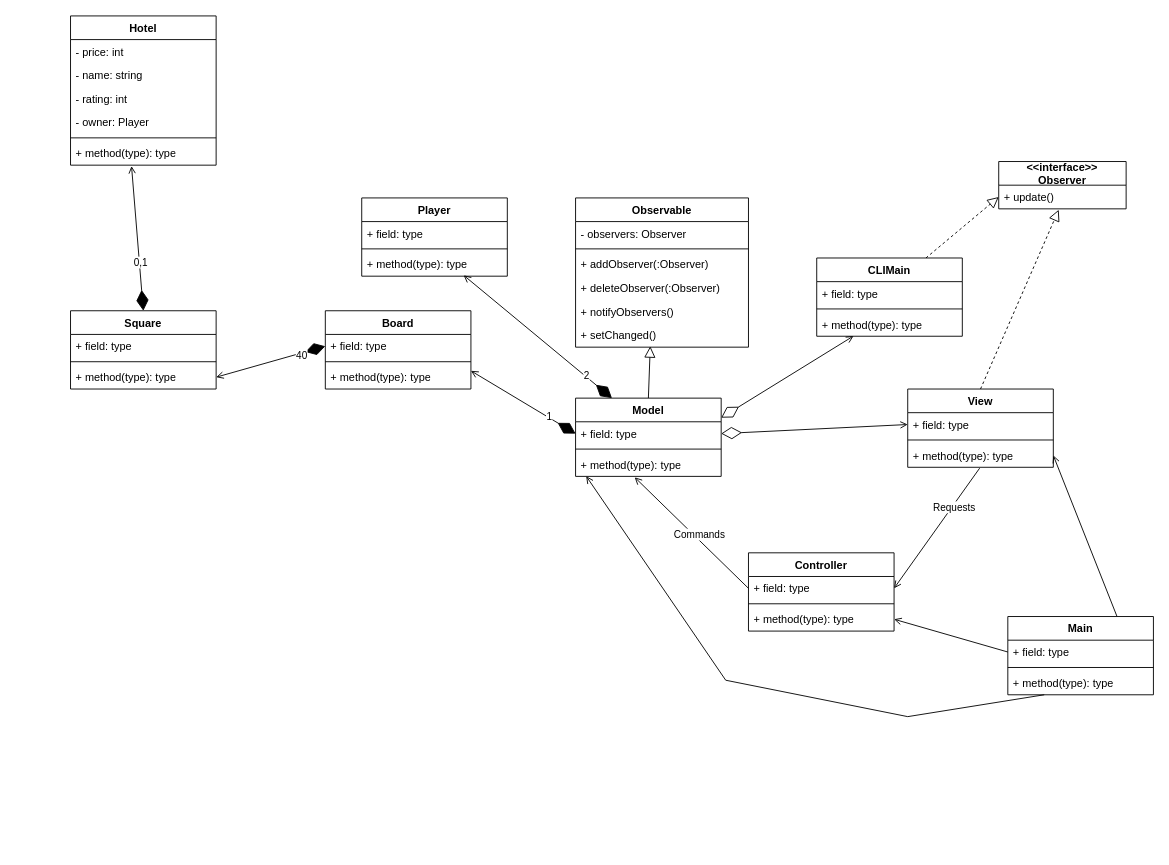
Earlier version of the draw.io diagram class_diagram2.drawio (fruffers/monopoly_java_VMC). Source tidied: cells renumbered, new cells numbered last; positions are measured from the earlier drawing's top-left corner, leaving out a move shared by most shapes. Both pictures are drawn from the tidied source at 91%, with x=0, y=0 at pixel (70, 15).
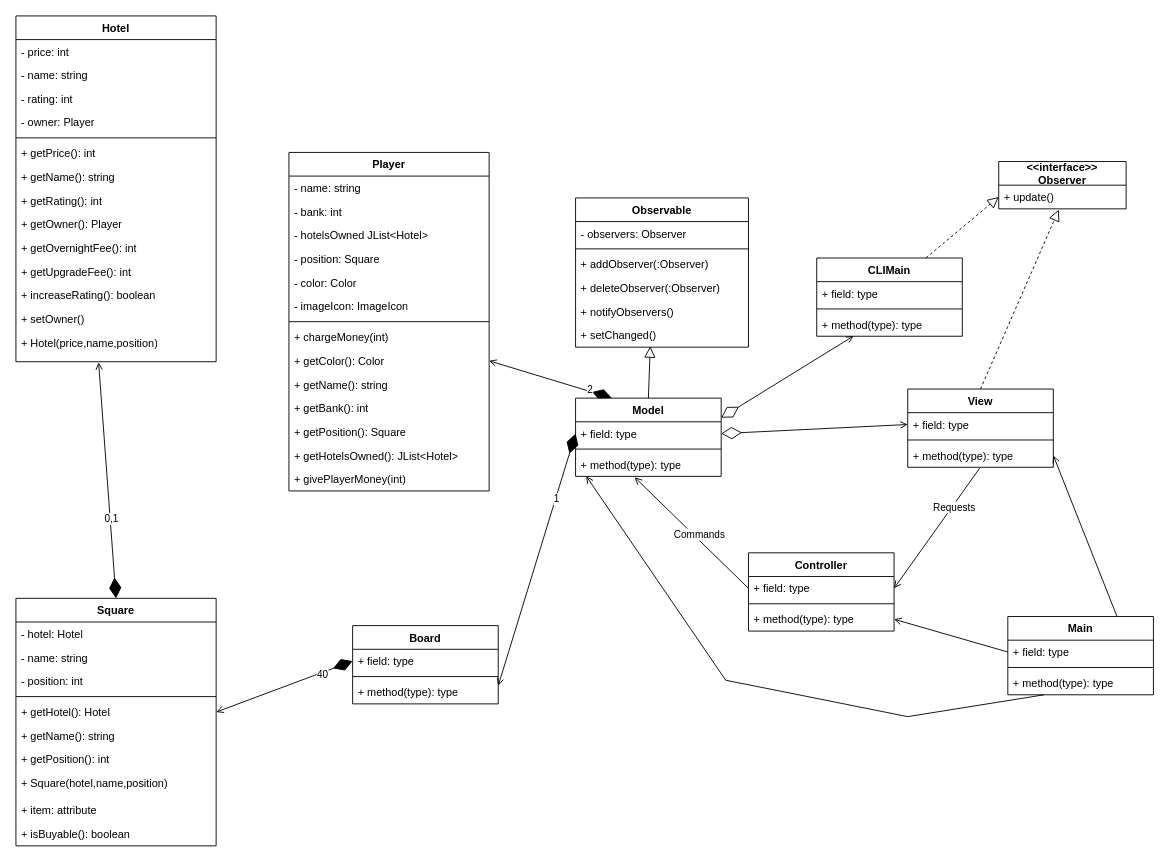
After the change.

The change refers to these unchanged cells:
```xml
<mxCell id="6" value="Model" style="swimlane;fontStyle=1;align=center;verticalAlign=top;horizontal=1;startSize=26;whiteSpace=wrap;html=1;" parent="1" vertex="1">
  <mxGeometry x="555" y="420" width="160" height="86" as="geometry" />
</mxCell>
```

Change to the diagram source:
```diff
@@
-    <mxCell id="3" style="rounded=0;jettySize=auto;html=1;exitX=0.25;exitY=0;exitDx=0;exitDy=0;entryX=0.7;entryY=0.962;entryDx=0;entryDy=0;entryPerimeter=0;startArrow=diamondThin;startFill=1;startSize=20;endArrow=open;endFill=0;" parent="1" edge="1" source="6" target="55">
+    <mxCell id="3" style="rounded=0;jettySize=auto;html=1;exitX=0.25;exitY=0;exitDx=0;exitDy=0;entryX=1;entryY=0.5;entryDx=0;entryDy=0;startArrow=diamondThin;startFill=1;startSize=20;endArrow=open;endFill=0;" parent="1" edge="1" source="6" target="55">
       <mxGeometry relative="1" as="geometry" />
     </mxCell>
@@
     <mxCell id="33" value="Board" style="swimlane;fontStyle=1;align=center;verticalAlign=top;horizontal=1;startSize=26;whiteSpace=wrap;html=1;" parent="1" vertex="1">
-      <mxGeometry x="280" y="324" width="160" height="86" as="geometry" />
+      <mxGeometry x="310" y="670" width="160" height="86" as="geometry" />
     </mxCell>
@@
     <mxCell id="37" value="Hotel" style="swimlane;fontStyle=1;align=center;verticalAlign=top;horizontal=1;startSize=26;whiteSpace=wrap;html=1;" parent="1" vertex="1">
-      <mxGeometry width="160" height="164" as="geometry" />
+      <mxGeometry x="-60" width="220" height="380" as="geometry" />
     </mxCell>
     <mxCell id="38" value="- price: int" style="text;strokeColor=none;fillColor=none;align=left;verticalAlign=top;spacingLeft=4;spacingRight=4;overflow=hidden;whiteSpace=wrap;html=1;" parent="37" vertex="1">
-      <mxGeometry y="26" width="160" height="26" as="geometry" />
+      <mxGeometry y="26" width="220" height="26" as="geometry" />
     </mxCell>
     <mxCell id="39" value="- name: string" style="text;strokeColor=none;fillColor=none;align=left;verticalAlign=top;spacingLeft=4;spacingRight=4;overflow=hidden;whiteSpace=wrap;html=1;" parent="37" vertex="1">
-      <mxGeometry y="52" width="160" height="26" as="geometry" />
+      <mxGeometry y="52" width="220" height="26" as="geometry" />
     </mxCell>
     <mxCell id="40" value="- rating: int" style="text;strokeColor=none;fillColor=none;align=left;verticalAlign=top;spacingLeft=4;spacingRight=4;overflow=hidden;whiteSpace=wrap;html=1;" parent="37" vertex="1">
-      <mxGeometry y="78" width="160" height="26" as="geometry" />
+      <mxGeometry y="78" width="220" height="26" as="geometry" />
     </mxCell>
     <mxCell id="41" value="- owner: Player" style="text;strokeColor=none;fillColor=none;align=left;verticalAlign=top;spacingLeft=4;spacingRight=4;overflow=hidden;whiteSpace=wrap;html=1;" parent="37" vertex="1">
-      <mxGeometry y="104" width="160" height="26" as="geometry" />
+      <mxGeometry y="104" width="220" height="26" as="geometry" />
     </mxCell>
     <mxCell id="42" style="line;strokeWidth=1;fillColor=none;align=left;verticalAlign=middle;spacingTop=-1;spacingLeft=3;spacingRight=3;labelPosition=right;strokeColor=inherit;" parent="37" vertex="1">
-      <mxGeometry y="130" width="160" height="8" as="geometry" />
+      <mxGeometry y="130" width="220" height="8" as="geometry" />
     </mxCell>
-    <mxCell id="43" value="+ method(type): type" style="text;strokeColor=none;fillColor=none;align=left;verticalAlign=top;spacingLeft=4;spacingRight=4;overflow=hidden;points=[[0,0.5],[1,0.5]];portConstraint=eastwest;whiteSpace=wrap;html=1;" parent="37" vertex="1">
-      <mxGeometry y="138" width="160" height="26" as="geometry" />
+    <mxCell id="43" value="+ getPrice(): int" style="text;strokeColor=none;fillColor=none;align=left;verticalAlign=top;spacingLeft=4;spacingRight=4;overflow=hidden;points=[[0,0.5],[1,0.5]];portConstraint=eastwest;whiteSpace=wrap;html=1;" parent="37" vertex="1">
+      <mxGeometry y="138" width="220" height="26" as="geometry" />
     </mxCell>
+    <mxCell id="70" value="+ getName(): string" style="text;strokeColor=none;fillColor=none;align=left;verticalAlign=top;spacingLeft=4;spacingRight=4;overflow=hidden;whiteSpace=wrap;html=1;" parent="37" vertex="1">
+      <mxGeometry y="164" width="220" height="26" as="geometry" />
+    </mxCell>
+    <mxCell id="71" value="+ getRating(): int" style="text;strokeColor=none;fillColor=none;align=left;verticalAlign=top;spacingLeft=4;spacingRight=4;overflow=hidden;whiteSpace=wrap;html=1;" parent="37" vertex="1">
+      <mxGeometry y="190" width="220" height="26" as="geometry" />
+    </mxCell>
+    <mxCell id="72" value="+ getOwner(): Player" style="text;strokeColor=none;fillColor=none;align=left;verticalAlign=top;spacingLeft=4;spacingRight=4;overflow=hidden;whiteSpace=wrap;html=1;" parent="37" vertex="1">
+      <mxGeometry y="216" width="220" height="26" as="geometry" />
+    </mxCell>
+    <mxCell id="73" value="+ getOvernightFee(): int" style="text;strokeColor=none;fillColor=none;align=left;verticalAlign=top;spacingLeft=4;spacingRight=4;overflow=hidden;whiteSpace=wrap;html=1;" parent="37" vertex="1">
+      <mxGeometry y="242" width="220" height="26" as="geometry" />
+    </mxCell>
+    <mxCell id="74" value="+ getUpgradeFee(): int" style="text;strokeColor=none;fillColor=none;align=left;verticalAlign=top;spacingLeft=4;spacingRight=4;overflow=hidden;whiteSpace=wrap;html=1;" parent="37" vertex="1">
+      <mxGeometry y="268" width="220" height="26" as="geometry" />
+    </mxCell>
+    <mxCell id="75" value="+ increaseRating(): boolean" style="text;strokeColor=none;fillColor=none;align=left;verticalAlign=top;spacingLeft=4;spacingRight=4;overflow=hidden;whiteSpace=wrap;html=1;" parent="37" vertex="1">
+      <mxGeometry y="294" width="220" height="26" as="geometry" />
+    </mxCell>
+    <mxCell id="76" value="+ setOwner()" style="text;strokeColor=none;fillColor=none;align=left;verticalAlign=top;spacingLeft=4;spacingRight=4;overflow=hidden;whiteSpace=wrap;html=1;" parent="37" vertex="1">
+      <mxGeometry y="320" width="220" height="26" as="geometry" />
+    </mxCell>
+    <mxCell id="77" value="+ Hotel(price,name,position)" style="text;strokeColor=none;fillColor=none;align=left;verticalAlign=top;spacingLeft=4;spacingRight=4;overflow=hidden;points=[[0,0.5],[1,0.5]];portConstraint=eastwest;whiteSpace=wrap;html=1;" parent="37" vertex="1">
+      <mxGeometry y="346" width="220" height="34" as="geometry" />
+    </mxCell>
@@
-    <mxCell id="46" style="rounded=0;jettySize=auto;html=1;exitX=0.5;exitY=0;exitDx=0;exitDy=0;entryX=0.419;entryY=1.038;entryDx=0;entryDy=0;entryPerimeter=0;endArrow=open;endFill=0;startArrow=diamondThin;startFill=1;sourcePerimeterSpacing=0;startSize=20;" parent="1" edge="1" source="48" target="43">
+    <mxCell id="46" style="rounded=0;jettySize=auto;html=1;exitX=0.5;exitY=0;exitDx=0;exitDy=0;endArrow=open;endFill=0;startArrow=diamondThin;startFill=1;sourcePerimeterSpacing=0;startSize=20;entryX=0.413;entryY=1.02;entryDx=0;entryDy=0;entryPerimeter=0;" parent="1" edge="1" source="48" target="77">
       <mxGeometry relative="1" as="geometry" />
     </mxCell>
@@
     <mxCell id="48" value="Square" style="swimlane;fontStyle=1;align=center;verticalAlign=top;horizontal=1;startSize=26;whiteSpace=wrap;html=1;" parent="1" vertex="1">
-      <mxGeometry y="324" width="160" height="86" as="geometry" />
+      <mxGeometry x="-60" y="640" width="220" height="272" as="geometry" />
     </mxCell>
-    <mxCell id="49" value="+ field: type" style="text;strokeColor=none;fillColor=none;align=left;verticalAlign=top;spacingLeft=4;spacingRight=4;overflow=hidden;whiteSpace=wrap;html=1;" parent="48" vertex="1">
-      <mxGeometry y="26" width="160" height="26" as="geometry" />
+    <mxCell id="49" value="- hotel: Hotel" style="text;strokeColor=none;fillColor=none;align=left;verticalAlign=top;spacingLeft=4;spacingRight=4;overflow=hidden;whiteSpace=wrap;html=1;" parent="48" vertex="1">
+      <mxGeometry y="26" width="220" height="26" as="geometry" />
     </mxCell>
+    <mxCell id="78" value="- name: string" style="text;strokeColor=none;fillColor=none;align=left;verticalAlign=top;spacingLeft=4;spacingRight=4;overflow=hidden;whiteSpace=wrap;html=1;" parent="48" vertex="1">
+      <mxGeometry y="52" width="220" height="26" as="geometry" />
+    </mxCell>
+    <mxCell id="79" value="- position: int" style="text;strokeColor=none;fillColor=none;align=left;verticalAlign=top;spacingLeft=4;spacingRight=4;overflow=hidden;whiteSpace=wrap;html=1;" parent="48" vertex="1">
+      <mxGeometry y="78" width="220" height="26" as="geometry" />
+    </mxCell>
     <mxCell id="50" style="line;strokeWidth=1;fillColor=none;align=left;verticalAlign=middle;spacingTop=-1;spacingLeft=3;spacingRight=3;labelPosition=right;strokeColor=inherit;" parent="48" vertex="1">
-      <mxGeometry y="52" width="160" height="8" as="geometry" />
+      <mxGeometry y="104" width="220" height="8" as="geometry" />
     </mxCell>
-    <mxCell id="51" value="+ method(type): type" style="text;strokeColor=none;fillColor=none;align=left;verticalAlign=top;spacingLeft=4;spacingRight=4;overflow=hidden;points=[[0,0.5],[1,0.5]];portConstraint=eastwest;whiteSpace=wrap;html=1;" parent="48" vertex="1">
-      <mxGeometry y="60" width="160" height="26" as="geometry" />
+    <mxCell id="51" value="+ getHotel(): Hotel" style="text;strokeColor=none;fillColor=none;align=left;verticalAlign=top;spacingLeft=4;spacingRight=4;overflow=hidden;points=[[0,0.5],[1,0.5]];portConstraint=eastwest;whiteSpace=wrap;html=1;" parent="48" vertex="1">
+      <mxGeometry y="112" width="220" height="26" as="geometry" />
     </mxCell>
+    <mxCell id="80" value="+ getName(): string" style="text;strokeColor=none;fillColor=none;align=left;verticalAlign=top;spacingLeft=4;spacingRight=4;overflow=hidden;whiteSpace=wrap;html=1;" parent="48" vertex="1">
+      <mxGeometry y="138" width="220" height="26" as="geometry" />
+    </mxCell>
+    <mxCell id="81" value="+ getPosition(): int" style="text;strokeColor=none;fillColor=none;align=left;verticalAlign=top;spacingLeft=4;spacingRight=4;overflow=hidden;whiteSpace=wrap;html=1;" parent="48" vertex="1">
+      <mxGeometry y="164" width="220" height="26" as="geometry" />
+    </mxCell>
+    <mxCell id="82" value="+ Square(hotel,name,position)" style="text;strokeColor=none;fillColor=none;align=left;verticalAlign=top;spacingLeft=4;spacingRight=4;overflow=hidden;whiteSpace=wrap;html=1;" parent="48" vertex="1">
+      <mxGeometry y="190" width="220" height="30" as="geometry" />
+    </mxCell>
+    <mxCell id="83" value="+ item: attribute" style="text;strokeColor=none;fillColor=none;align=left;verticalAlign=top;spacingLeft=4;spacingRight=4;overflow=hidden;whiteSpace=wrap;html=1;" parent="48" vertex="1">
+      <mxGeometry y="220" width="220" height="26" as="geometry" />
+    </mxCell>
+    <mxCell id="84" value="+ isBuyable(): boolean" style="text;strokeColor=none;fillColor=none;align=left;verticalAlign=top;spacingLeft=4;spacingRight=4;overflow=hidden;whiteSpace=wrap;html=1;" parent="48" vertex="1">
+      <mxGeometry y="246" width="220" height="26" as="geometry" />
+    </mxCell>
     <mxCell id="52" value="Player" style="swimlane;fontStyle=1;align=center;verticalAlign=top;horizontal=1;startSize=26;whiteSpace=wrap;html=1;" parent="1" vertex="1">
-      <mxGeometry x="320" y="200" width="160" height="86" as="geometry" />
+      <mxGeometry x="240" y="150" width="220" height="372" as="geometry" />
     </mxCell>
-    <mxCell id="53" value="+ field: type" style="text;strokeColor=none;fillColor=none;align=left;verticalAlign=top;spacingLeft=4;spacingRight=4;overflow=hidden;whiteSpace=wrap;html=1;" parent="52" vertex="1">
-      <mxGeometry y="26" width="160" height="26" as="geometry" />
+    <mxCell id="53" value="- name: string" style="text;strokeColor=none;fillColor=none;align=left;verticalAlign=top;spacingLeft=4;spacingRight=4;overflow=hidden;whiteSpace=wrap;html=1;" parent="52" vertex="1">
+      <mxGeometry y="26" width="220" height="26" as="geometry" />
     </mxCell>
+    <mxCell id="85" value="- bank: int" style="text;strokeColor=none;fillColor=none;align=left;verticalAlign=top;spacingLeft=4;spacingRight=4;overflow=hidden;whiteSpace=wrap;html=1;" parent="52" vertex="1">
+      <mxGeometry y="52" width="220" height="26" as="geometry" />
+    </mxCell>
+    <mxCell id="86" value="- hotelsOwned JList&amp;lt;Hotel&amp;gt;" style="text;strokeColor=none;fillColor=none;align=left;verticalAlign=top;spacingLeft=4;spacingRight=4;overflow=hidden;whiteSpace=wrap;html=1;" parent="52" vertex="1">
+      <mxGeometry y="78" width="220" height="26" as="geometry" />
+    </mxCell>
+    <mxCell id="87" value="- position: Square" style="text;strokeColor=none;fillColor=none;align=left;verticalAlign=top;spacingLeft=4;spacingRight=4;overflow=hidden;whiteSpace=wrap;html=1;" parent="52" vertex="1">
+      <mxGeometry y="104" width="220" height="26" as="geometry" />
+    </mxCell>
+    <mxCell id="88" value="- color: Color" style="text;strokeColor=none;fillColor=none;align=left;verticalAlign=top;spacingLeft=4;spacingRight=4;overflow=hidden;whiteSpace=wrap;html=1;" parent="52" vertex="1">
+      <mxGeometry y="130" width="220" height="26" as="geometry" />
+    </mxCell>
+    <mxCell id="89" value="- imageIcon: ImageIcon" style="text;strokeColor=none;fillColor=none;align=left;verticalAlign=top;spacingLeft=4;spacingRight=4;overflow=hidden;whiteSpace=wrap;html=1;" parent="52" vertex="1">
+      <mxGeometry y="156" width="220" height="26" as="geometry" />
+    </mxCell>
     <mxCell id="54" style="line;strokeWidth=1;fillColor=none;align=left;verticalAlign=middle;spacingTop=-1;spacingLeft=3;spacingRight=3;labelPosition=right;strokeColor=inherit;" parent="52" vertex="1">
-      <mxGeometry y="52" width="160" height="8" as="geometry" />
+      <mxGeometry y="182" width="220" height="8" as="geometry" />
     </mxCell>
+    <mxCell id="90" value="+ chargeMoney(int)" style="text;strokeColor=none;fillColor=none;align=left;verticalAlign=top;spacingLeft=4;spacingRight=4;overflow=hidden;whiteSpace=wrap;html=1;" parent="52" vertex="1">
+      <mxGeometry y="190" width="220" height="26" as="geometry" />
+    </mxCell>
-    <mxCell id="55" value="+ method(type): type" style="text;strokeColor=none;fillColor=none;align=left;verticalAlign=top;spacingLeft=4;spacingRight=4;overflow=hidden;points=[[0,0.5],[1,0.5]];portConstraint=eastwest;whiteSpace=wrap;html=1;" parent="52" vertex="1">
-      <mxGeometry y="60" width="160" height="26" as="geometry" />
+    <mxCell id="55" value="+ getColor(): Color" style="text;strokeColor=none;fillColor=none;align=left;verticalAlign=top;spacingLeft=4;spacingRight=4;overflow=hidden;points=[[0,0.5],[1,0.5]];portConstraint=eastwest;whiteSpace=wrap;html=1;" parent="52" vertex="1">
+      <mxGeometry y="216" width="220" height="26" as="geometry" />
     </mxCell>
+    <mxCell id="91" value="+ getName(): string" style="text;strokeColor=none;fillColor=none;align=left;verticalAlign=top;spacingLeft=4;spacingRight=4;overflow=hidden;whiteSpace=wrap;html=1;" parent="52" vertex="1">
+      <mxGeometry y="242" width="220" height="26" as="geometry" />
+    </mxCell>
+    <mxCell id="92" value="+ getBank(): int" style="text;strokeColor=none;fillColor=none;align=left;verticalAlign=top;spacingLeft=4;spacingRight=4;overflow=hidden;whiteSpace=wrap;html=1;" parent="52" vertex="1">
+      <mxGeometry y="268" width="220" height="26" as="geometry" />
+    </mxCell>
+    <mxCell id="93" value="+ getPosition(): Square" style="text;strokeColor=none;fillColor=none;align=left;verticalAlign=top;spacingLeft=4;spacingRight=4;overflow=hidden;whiteSpace=wrap;html=1;" parent="52" vertex="1">
+      <mxGeometry y="294" width="220" height="26" as="geometry" />
+    </mxCell>
+    <mxCell id="94" value="+ getHotelsOwned(): JList&amp;lt;Hotel&amp;gt;" style="text;strokeColor=none;fillColor=none;align=left;verticalAlign=top;spacingLeft=4;spacingRight=4;overflow=hidden;whiteSpace=wrap;html=1;" parent="52" vertex="1">
+      <mxGeometry y="320" width="220" height="26" as="geometry" />
+    </mxCell>
+    <mxCell id="95" value="+ givePlayerMoney(int)" style="text;strokeColor=none;fillColor=none;align=left;verticalAlign=top;spacingLeft=4;spacingRight=4;overflow=hidden;whiteSpace=wrap;html=1;" parent="52" vertex="1">
+      <mxGeometry y="346" width="220" height="26" as="geometry" />
+    </mxCell>
```
